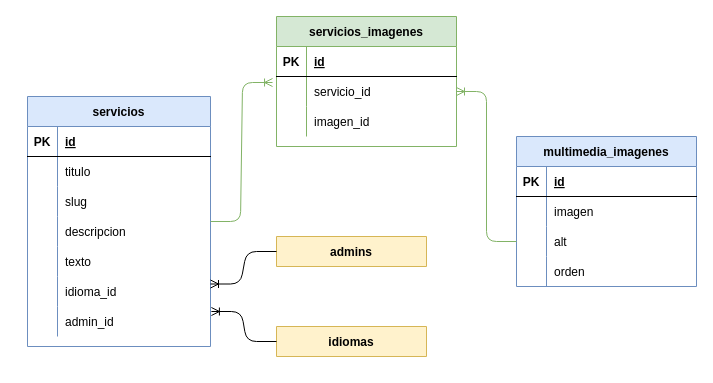
This is DBGREEN.drawio from josecienty/ArrayActivity, a draw.io file, before an edit. Source tidied: cells renumbered, new cells numbered last; positions are measured from the earlier drawing's top-left corner, leaving out a move shared by most shapes. Both pictures are drawn from the tidied source at 100%, with x=0, y=0 at pixel (27, 16).
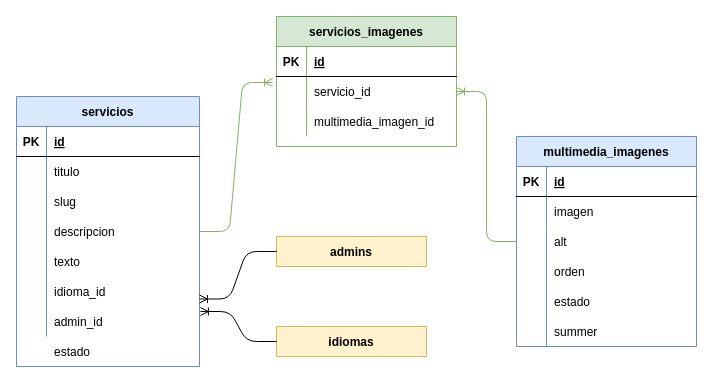
After the change.

Unchanged cells that the change refers to:
```xml
<mxCell id="31" style="shape=partialRectangle;fillColor=none;top=0;left=0;bottom=0;right=0;" parent="24" vertex="1">
  <mxGeometry y="90" width="180" height="30" as="geometry" />
</mxCell>
```

The edit, as a diff of the source:
```diff
@@
     <mxCell id="2" value="servicios" style="shape=table;startSize=30;childLayout=tableLayout;rowLines=0;fontStyle=1;align=center;fillColor=#dae8fc;strokeColor=#6c8ebf;" parent="1" vertex="1">
-      <mxGeometry y="80" width="183" height="250" as="geometry" />
+      <mxGeometry x="-11" y="80" width="183" height="270" as="geometry" />
     </mxCell>
@@
-    <mxCell id="33" value="imagen_id" style="shape=partialRectangle;fillColor=none;top=0;left=0;bottom=0;right=0;align=left;spacingLeft=6;overflow=hidden;" parent="31" vertex="1">
+    <mxCell id="33" value="multimedia_imagen_id" style="shape=partialRectangle;fillColor=none;top=0;left=0;bottom=0;right=0;align=left;spacingLeft=6;overflow=hidden;" parent="31" vertex="1">
       <mxGeometry x="30" width="150" height="30" as="geometry" />
     </mxCell>
     <mxCell id="34" value="multimedia_imagenes" style="shape=table;startSize=30;childLayout=tableLayout;rowLines=0;fontStyle=1;align=center;fillColor=#dae8fc;strokeColor=#6c8ebf;" parent="1" vertex="1">
-      <mxGeometry x="489" y="120" width="180" height="150" as="geometry" />
+      <mxGeometry x="489" y="120" width="180" height="210" as="geometry" />
     </mxCell>
@@
+    <mxCell id="53" style="shape=partialRectangle;fillColor=none;top=0;left=0;bottom=0;right=0;" parent="34" vertex="1">
+      <mxGeometry y="150" width="180" height="30" as="geometry" />
+    </mxCell>
+    <mxCell id="54" style="shape=partialRectangle;fillColor=none;top=0;left=0;bottom=0;right=0;overflow=hidden;" parent="53" vertex="1">
+      <mxGeometry width="30" height="30" as="geometry" />
+    </mxCell>
+    <mxCell id="55" value="estado" style="shape=partialRectangle;fillColor=none;top=0;left=0;bottom=0;right=0;align=left;spacingLeft=6;overflow=hidden;" parent="53" vertex="1">
+      <mxGeometry x="30" width="150" height="30" as="geometry" />
+    </mxCell>
+    <mxCell id="56" style="shape=partialRectangle;fillColor=none;top=0;left=0;bottom=0;right=0;" parent="34" vertex="1">
+      <mxGeometry y="180" width="180" height="30" as="geometry" />
+    </mxCell>
+    <mxCell id="57" style="shape=partialRectangle;fillColor=none;top=0;left=0;bottom=0;right=0;overflow=hidden;" parent="56" vertex="1">
+      <mxGeometry width="30" height="30" as="geometry" />
+    </mxCell>
+    <mxCell id="58" value="summer" style="shape=partialRectangle;fillColor=none;top=0;left=0;bottom=0;right=0;align=left;spacingLeft=6;overflow=hidden;" parent="56" vertex="1">
+      <mxGeometry x="30" width="150" height="30" as="geometry" />
+    </mxCell>
@@
+    <mxCell id="59" value="estado" style="shape=partialRectangle;fillColor=none;top=0;left=0;bottom=0;right=0;align=left;spacingLeft=6;overflow=hidden;" parent="1" vertex="1">
+      <mxGeometry x="19" y="320" width="153" height="30" as="geometry" />
+    </mxCell>
```
